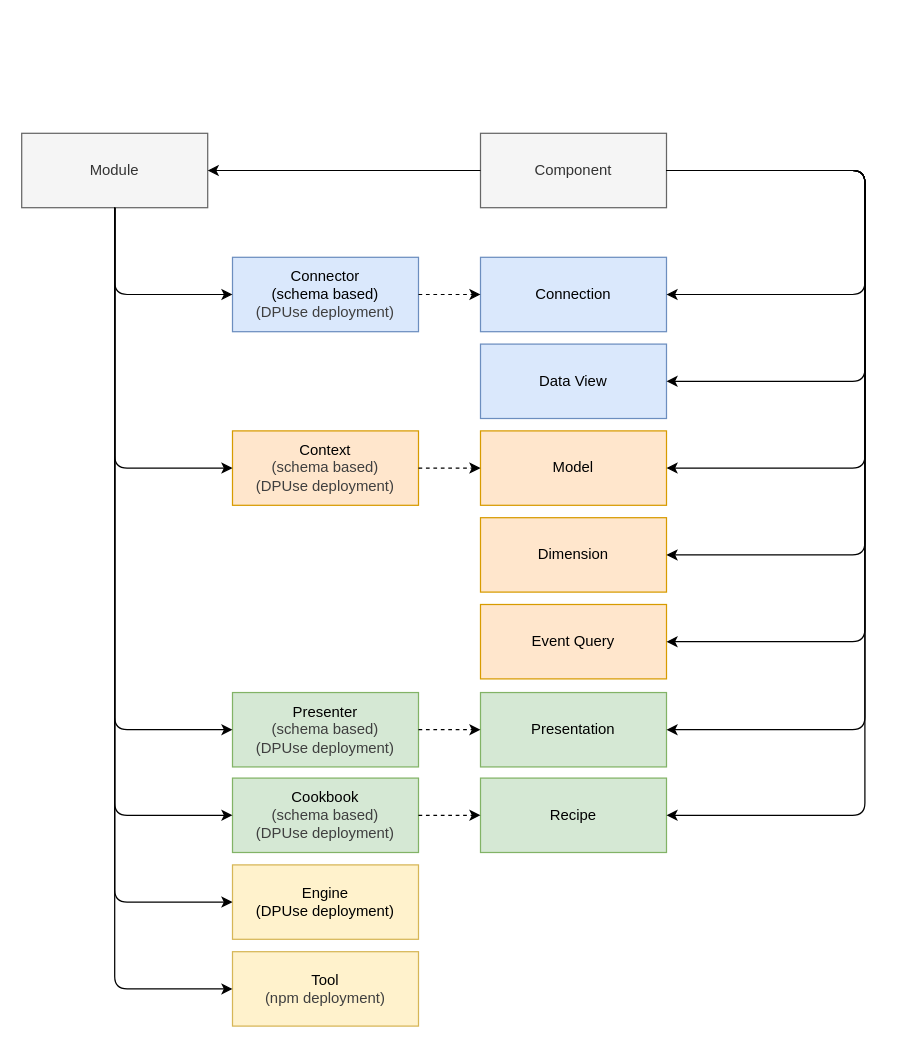
This is schematic.drawio from dpuse/dpuse-shared, a draw.io file, before an edit. Source tidied: cells renumbered, new cells numbered last; positions are measured from the earlier drawing's top-left corner, leaving out a move shared by most shapes. Both pictures are drawn from the tidied source at 124%, with x=0, y=0 at pixel (21, 133).
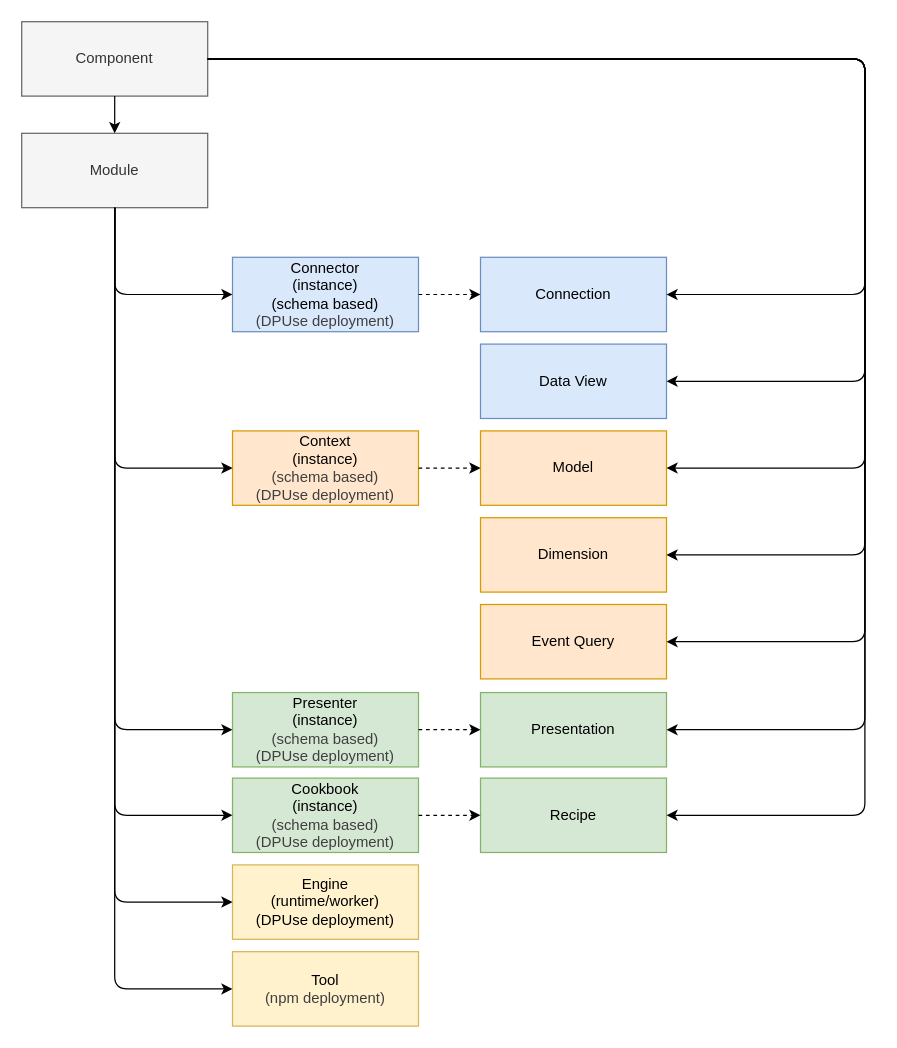
Above is the later version.

The change refers to these unchanged cells:
```xml
<mxCell id="4" value="Connection" style="rounded=0;whiteSpace=wrap;html=1;fillColor=#dae8fc;strokeColor=#6c8ebf;" parent="1" vertex="1">
  <mxGeometry x="370" y="100" width="150" height="60" as="geometry" />
</mxCell>
<mxCell id="7" value="Module" style="rounded=0;whiteSpace=wrap;html=1;fillColor=#f5f5f5;strokeColor=#666666;fontColor=#333333;" parent="1" vertex="1">
  <mxGeometry width="150" height="60" as="geometry" />
</mxCell>
<mxCell id="18" value="Data View" style="rounded=0;whiteSpace=wrap;html=1;fillColor=#dae8fc;strokeColor=#6c8ebf;" parent="1" vertex="1">
  <mxGeometry x="370" y="170" width="150" height="60" as="geometry" />
</mxCell>
<mxCell id="22" value="Presentation" style="rounded=0;whiteSpace=wrap;html=1;fillColor=#d5e8d4;strokeColor=#82b366;" parent="1" vertex="1">
  <mxGeometry x="370" y="451" width="150" height="60" as="geometry" />
</mxCell>
<mxCell id="23" value="Recipe" style="rounded=0;whiteSpace=wrap;html=1;fillColor=#d5e8d4;strokeColor=#82b366;" parent="1" vertex="1">
  <mxGeometry x="370" y="520" width="150" height="60" as="geometry" />
</mxCell>
<mxCell id="26" value="Event Query" style="rounded=0;whiteSpace=wrap;html=1;fillColor=#ffe6cc;strokeColor=#d79b00;" parent="1" vertex="1">
  <mxGeometry x="370" y="380" width="150" height="60" as="geometry" />
</mxCell>
<mxCell id="27" value="Model" style="rounded=0;whiteSpace=wrap;html=1;fillColor=#ffe6cc;strokeColor=#d79b00;" parent="1" vertex="1">
  <mxGeometry x="370" y="240" width="150" height="60" as="geometry" />
</mxCell>
<mxCell id="33" value="Dimension" style="rounded=0;whiteSpace=wrap;html=1;fillColor=#ffe6cc;strokeColor=#d79b00;" parent="1" vertex="1">
  <mxGeometry x="370" y="310" width="150" height="60" as="geometry" />
</mxCell>
```

The edit, as a diff of the source:
```diff
@@
     <mxCell id="2" value="Component" style="rounded=0;whiteSpace=wrap;html=1;fillColor=#f5f5f5;strokeColor=#666666;fontColor=#333333;" parent="1" vertex="1">
-      <mxGeometry x="370" width="150" height="60" as="geometry" />
+      <mxGeometry y="-90" width="150" height="60" as="geometry" />
     </mxCell>
-    <mxCell id="3" value="Engine&lt;div&gt;(DPUse deployment)&lt;/div&gt;" style="rounded=0;whiteSpace=wrap;html=1;fillColor=#fff2cc;strokeColor=#d6b656;" parent="1" vertex="1">
+    <mxCell id="3" value="Engine&lt;div&gt;&lt;font color=&quot;#000000&quot;&gt;(runtime/worker)&lt;br&gt;&lt;/font&gt;&lt;div&gt;(DPUse deployment)&lt;/div&gt;&lt;/div&gt;" style="rounded=0;whiteSpace=wrap;html=1;fillColor=#fff2cc;strokeColor=#d6b656;" parent="1" vertex="1">
       <mxGeometry x="170" y="590" width="150" height="60" as="geometry" />
     </mxCell>
@@
-    <mxCell id="5" value="Context&lt;br class=&quot;Apple-interchange-newline&quot;&gt;&lt;span style=&quot;color: rgb(63, 63, 63);&quot;&gt;(schema based)&lt;/span&gt;&lt;br class=&quot;Apple-interchange-newline&quot;&gt;&lt;span style=&quot;color: rgb(63, 63, 63);&quot;&gt;(DPUse deployment)&lt;/span&gt;" style="rounded=0;whiteSpace=wrap;html=1;fillColor=#ffe6cc;strokeColor=#d79b00;" parent="1" vertex="1">
+    <mxCell id="5" value="Context&lt;div&gt;&lt;font color=&quot;#000000&quot;&gt;(instance)&lt;br class=&quot;Apple-interchange-newline&quot;&gt;&lt;/font&gt;&lt;span style=&quot;color: rgb(63, 63, 63);&quot;&gt;(schema based)&lt;/span&gt;&lt;br class=&quot;Apple-interchange-newline&quot;&gt;&lt;span style=&quot;color: rgb(63, 63, 63);&quot;&gt;(DPUse deployment)&lt;/span&gt;&lt;/div&gt;" style="rounded=0;whiteSpace=wrap;html=1;fillColor=#ffe6cc;strokeColor=#d79b00;" parent="1" vertex="1">
       <mxGeometry x="170" y="240" width="150" height="60" as="geometry" />
     </mxCell>
-    <mxCell id="6" value="Cookbook&lt;br class=&quot;Apple-interchange-newline&quot;&gt;&lt;span style=&quot;color: rgb(63, 63, 63);&quot;&gt;(schema based)&lt;/span&gt;&lt;br class=&quot;Apple-interchange-newline&quot;&gt;&lt;span style=&quot;color: rgb(63, 63, 63);&quot;&gt;(DPUse deployment)&lt;/span&gt;" style="rounded=0;whiteSpace=wrap;html=1;fillColor=#d5e8d4;strokeColor=#82b366;" parent="1" vertex="1">
+    <mxCell id="6" value="Cookbook&lt;div&gt;&lt;font color=&quot;#000000&quot;&gt;(instance)&lt;br class=&quot;Apple-interchange-newline&quot;&gt;&lt;/font&gt;&lt;span style=&quot;color: rgb(63, 63, 63);&quot;&gt;(schema based)&lt;/span&gt;&lt;br class=&quot;Apple-interchange-newline&quot;&gt;&lt;span style=&quot;color: rgb(63, 63, 63);&quot;&gt;(DPUse deployment)&lt;/span&gt;&lt;/div&gt;" style="rounded=0;whiteSpace=wrap;html=1;fillColor=#d5e8d4;strokeColor=#82b366;" parent="1" vertex="1">
       <mxGeometry x="170" y="520" width="150" height="60" as="geometry" />
     </mxCell>
@@
-    <mxCell id="8" value="Presenter&lt;br class=&quot;Apple-interchange-newline&quot;&gt;&lt;span style=&quot;color: rgb(63, 63, 63);&quot;&gt;(schema based)&lt;/span&gt;&lt;br class=&quot;Apple-interchange-newline&quot;&gt;&lt;span style=&quot;color: rgb(63, 63, 63);&quot;&gt;(DPUse deployment)&lt;/span&gt;" style="rounded=0;whiteSpace=wrap;html=1;fillColor=#d5e8d4;strokeColor=#82b366;" parent="1" vertex="1">
+    <mxCell id="8" value="Presenter&lt;div&gt;&lt;font color=&quot;#000000&quot;&gt;(instance)&lt;br class=&quot;Apple-interchange-newline&quot;&gt;&lt;/font&gt;&lt;span style=&quot;color: rgb(63, 63, 63);&quot;&gt;(schema based)&lt;/span&gt;&lt;br class=&quot;Apple-interchange-newline&quot;&gt;&lt;span style=&quot;color: rgb(63, 63, 63);&quot;&gt;(DPUse deployment)&lt;/span&gt;&lt;/div&gt;" style="rounded=0;whiteSpace=wrap;html=1;fillColor=#d5e8d4;strokeColor=#82b366;" parent="1" vertex="1">
       <mxGeometry x="170" y="451" width="150" height="60" as="geometry" />
     </mxCell>
-    <mxCell id="9" value="Connector&lt;div&gt;(schema based)&lt;/div&gt;&lt;span style=&quot;color: rgb(63, 63, 63);&quot;&gt;(DPUse deployment)&lt;/span&gt;" style="rounded=0;whiteSpace=wrap;html=1;fillColor=#dae8fc;strokeColor=#6c8ebf;" parent="1" vertex="1">
+    <mxCell id="9" value="Connector&lt;div&gt;&lt;font color=&quot;#000000&quot;&gt;(instance)&lt;br&gt;&lt;/font&gt;&lt;div&gt;(schema based)&lt;/div&gt;&lt;span style=&quot;color: rgb(63, 63, 63);&quot;&gt;(DPUse deployment)&lt;/span&gt;&lt;/div&gt;" style="rounded=0;whiteSpace=wrap;html=1;fillColor=#dae8fc;strokeColor=#6c8ebf;" parent="1" vertex="1">
       <mxGeometry x="170" y="100" width="150" height="60" as="geometry" />
     </mxCell>
     <mxCell id="10" style="endArrow=classic;startArrow=none;html=1;exitX=1;exitY=0.5;exitDx=0;exitDy=0;entryX=1;entryY=0.5;entryDx=0;entryDy=0;startFill=0;edgeStyle=orthogonalEdgeStyle;" parent="1" edge="1" source="2" target="4">
       <mxGeometry relative="1" as="geometry">
         <Array as="points">
-          <mxPoint x="680" y="30" />
+          <mxPoint x="680" y="-60" />
           <mxPoint x="680" y="130" />
         </Array>
       </mxGeometry>
     </mxCell>
-    <mxCell id="11" style="endArrow=classic;startArrow=none;html=1;exitX=0;exitY=0.5;exitDx=0;exitDy=0;entryX=1;entryY=0.5;entryDx=0;entryDy=0;startFill=0;edgeStyle=orthogonalEdgeStyle;" parent="1" edge="1" source="2" target="7">
+    <mxCell id="11" style="endArrow=classic;startArrow=none;html=1;exitX=0.5;exitY=1;exitDx=0;exitDy=0;startFill=0;" parent="1" edge="1" source="2" target="7">
       <mxGeometry relative="1" as="geometry" />
     </mxCell>
@@
     <mxCell id="19" style="endArrow=classic;startArrow=none;html=1;exitX=1;exitY=0.5;exitDx=0;exitDy=0;startFill=0;edgeStyle=orthogonalEdgeStyle;entryX=1;entryY=0.5;entryDx=0;entryDy=0;" parent="1" edge="1" source="2" target="18">
       <mxGeometry relative="1" as="geometry">
         <Array as="points">
-          <mxPoint x="680" y="30" />
+          <mxPoint x="680" y="-60" />
           <mxPoint x="680" y="200" />
         </Array>
       </mxGeometry>
     </mxCell>
@@
     <mxCell id="28" style="endArrow=classic;startArrow=none;html=1;exitX=1;exitY=0.5;exitDx=0;exitDy=0;startFill=0;edgeStyle=orthogonalEdgeStyle;entryX=1;entryY=0.5;entryDx=0;entryDy=0;" parent="1" edge="1" source="2" target="27">
       <mxGeometry relative="1" as="geometry">
         <Array as="points">
-          <mxPoint x="680" y="30" />
+          <mxPoint x="680" y="-60" />
           <mxPoint x="680" y="270" />
         </Array>
       </mxGeometry>
     </mxCell>
-    <mxCell id="29" style="endArrow=classic;startArrow=none;html=1;exitX=1;exitY=0.5;exitDx=0;exitDy=0;startFill=0;edgeStyle=orthogonalEdgeStyle;entryX=1;entryY=0.5;entryDx=0;entryDy=0;" parent="1" edge="1" source="2" target="26">
+    <mxCell id="29" style="endArrow=classic;startArrow=none;html=1;startFill=0;edgeStyle=orthogonalEdgeStyle;entryX=1;entryY=0.5;entryDx=0;entryDy=0;" parent="1" edge="1" target="26">
       <mxGeometry relative="1" as="geometry">
+        <mxPoint x="150" y="-60" as="sourcePoint" />
         <Array as="points">
-          <mxPoint x="680" y="30" />
+          <mxPoint x="680" y="-60" />
           <mxPoint x="680" y="410" />
         </Array>
       </mxGeometry>
     </mxCell>
     <mxCell id="30" style="endArrow=classic;startArrow=none;html=1;exitX=1;exitY=0.5;exitDx=0;exitDy=0;startFill=0;edgeStyle=orthogonalEdgeStyle;entryX=1;entryY=0.5;entryDx=0;entryDy=0;" parent="1" edge="1" source="2" target="23">
       <mxGeometry relative="1" as="geometry">
         <Array as="points">
-          <mxPoint x="680" y="30" />
+          <mxPoint x="680" y="-60" />
           <mxPoint x="680" y="550" />
         </Array>
       </mxGeometry>
     </mxCell>
     <mxCell id="31" style="endArrow=classic;startArrow=none;html=1;exitX=1;exitY=0.5;exitDx=0;exitDy=0;startFill=0;edgeStyle=orthogonalEdgeStyle;entryX=1;entryY=0.5;entryDx=0;entryDy=0;" parent="1" edge="1" source="2" target="22">
       <mxGeometry relative="1" as="geometry">
         <Array as="points">
-          <mxPoint x="680" y="30" />
+          <mxPoint x="680" y="-60" />
           <mxPoint x="680" y="481" />
         </Array>
       </mxGeometry>
     </mxCell>
@@
     <mxCell id="34" style="endArrow=classic;startArrow=none;html=1;exitX=1;exitY=0.5;exitDx=0;exitDy=0;startFill=0;edgeStyle=orthogonalEdgeStyle;entryX=1;entryY=0.5;entryDx=0;entryDy=0;" parent="1" edge="1" source="2" target="33">
       <mxGeometry relative="1" as="geometry">
         <Array as="points">
-          <mxPoint x="680" y="30" />
+          <mxPoint x="680" y="-60" />
           <mxPoint x="680" y="340" />
         </Array>
       </mxGeometry>
     </mxCell>
```
